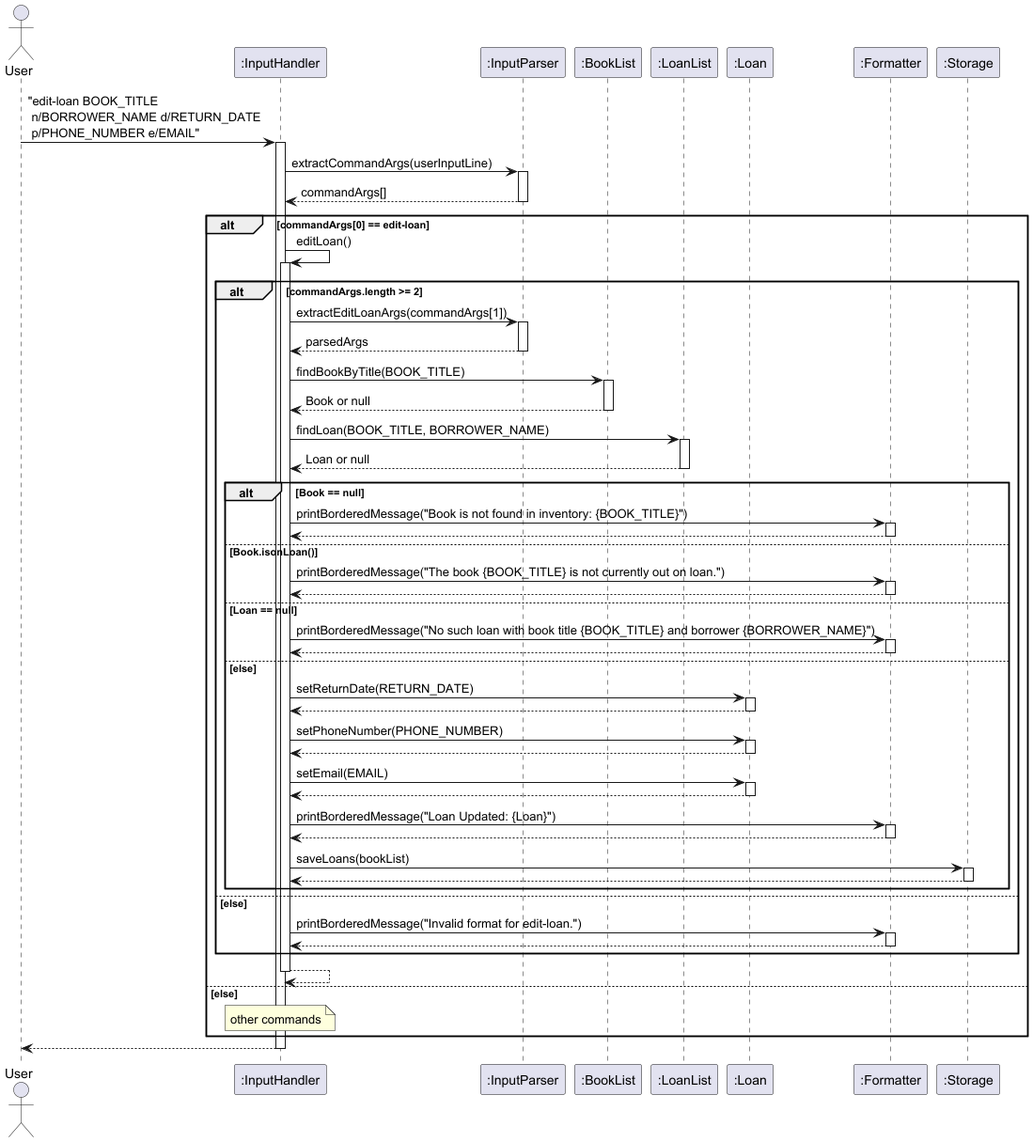
Before: docs/images/editLoan.png, a diagram exported from PlantUML (AY2425S2-CS2113-T12-2/tp). The source it was exported from:
```plantuml
@startuml
actor User
participant InputHandler as ":InputHandler"
participant InputParser as ":InputParser"
participant BookList as ":BookList"
participant LoanList as ":LoanList"
participant Loan as ":Loan"
participant Formatter as ":Formatter"
participant Storage as ":Storage"

User -> InputHandler: "edit-loan BOOK_TITLE \n n/BORROWER_NAME d/RETURN_DATE \n p/PHONE_NUMBER e/EMAIL"
activate InputHandler

InputHandler -> InputParser: extractCommandArgs(userInputLine)
activate InputParser

InputParser --> InputHandler: commandArgs[]
deactivate InputParser

alt commandArgs[0] == edit-loan
    InputHandler -> InputHandler : editLoan()
    activate InputHandler

alt commandArgs.length >= 2
    InputHandler -> InputParser: extractEditLoanArgs(commandArgs[1])
    activate InputParser

    InputParser --> InputHandler: parsedArgs
    deactivate InputParser

    InputHandler -> BookList: findBookByTitle(BOOK_TITLE)
    activate BookList

    BookList --> InputHandler: Book or null
    deactivate BookList

    InputHandler -> LoanList: findLoan(BOOK_TITLE, BORROWER_NAME)
    activate LoanList

    LoanList --> InputHandler: Loan or null
    deactivate LoanList

    alt Book == null
        InputHandler -> Formatter: printBorderedMessage("Book is not found in inventory: {BOOK_TITLE}")
        activate Formatter
        Formatter --> InputHandler
        deactivate Formatter

    else Book.isonLoan()
        InputHandler -> Formatter: printBorderedMessage("The book {BOOK_TITLE} is not currently out on loan.")
        activate Formatter
        Formatter --> InputHandler
        deactivate Formatter

    else Loan == null
        InputHandler -> Formatter: printBorderedMessage("No such loan with book title {BOOK_TITLE} and borrower {BORROWER_NAME}")
        activate Formatter
        Formatter --> InputHandler
        deactivate Formatter

    else else
        InputHandler -> Loan : setReturnDate(RETURN_DATE)
        activate Loan
        Loan --> InputHandler
        deactivate Loan

        InputHandler -> Loan : setPhoneNumber(PHONE_NUMBER)
        activate Loan
        Loan --> InputHandler
        deactivate Loan

        InputHandler -> Loan : setEmail(EMAIL)
        activate Loan
        Loan --> InputHandler
        deactivate Loan

        InputHandler -> Formatter: printBorderedMessage("Loan Updated: {Loan}")
        activate Formatter
        Formatter --> InputHandler
        deactivate Formatter

        InputHandler -> Storage: saveLoans(bookList)
        activate Storage
        Storage --> InputHandler
        deactivate Storage

    end

    else else
        InputHandler -> Formatter: printBorderedMessage("Invalid format for edit-loan.")
        activate Formatter
        Formatter --> InputHandler
        deactivate Formatter
    end

InputHandler --> InputHandler
deactivate InputHandler

else else
    note over InputHandler : other commands
end


InputHandler --> User
deactivate InputHandler
@enduml
```
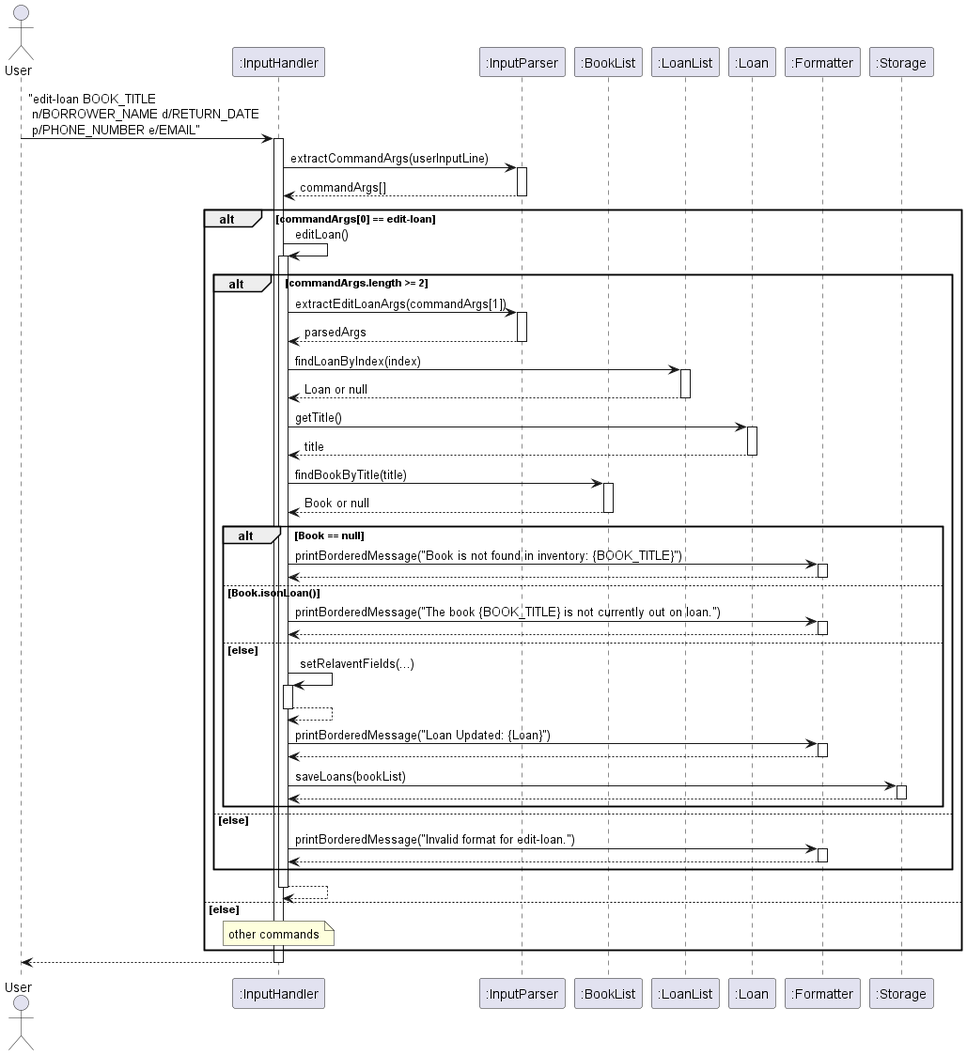
Later version of the same file.

What changed in the source:
```diff
@@ -21,70 +21,60 @@
     InputHandler -> InputHandler : editLoan()
     activate InputHandler
 
-alt commandArgs.length >= 2
-    InputHandler -> InputParser: extractEditLoanArgs(commandArgs[1])
-    activate InputParser
+    alt commandArgs.length >= 2
+        InputHandler -> InputParser: extractEditLoanArgs(commandArgs[1])
+        activate InputParser
 
-    InputParser --> InputHandler: parsedArgs
-    deactivate InputParser
+        InputParser --> InputHandler: parsedArgs
+        deactivate InputParser
 
-    InputHandler -> BookList: findBookByTitle(BOOK_TITLE)
-    activate BookList
+        InputHandler -> LoanList: findLoanByIndex(index)
+        activate LoanList
 
-    BookList --> InputHandler: Book or null
-    deactivate BookList
+        LoanList --> InputHandler: Loan or null
+        deactivate LoanList
 
-    InputHandler -> LoanList: findLoan(BOOK_TITLE, BORROWER_NAME)
-    activate LoanList
+        InputHandler -> Loan: getTitle()
+        activate Loan
 
-    LoanList --> InputHandler: Loan or null
-    deactivate LoanList
-
-    alt Book == null
-        InputHandler -> Formatter: printBorderedMessage("Book is not found in inventory: {BOOK_TITLE}")
-        activate Formatter
-        Formatter --> InputHandler
-        deactivate Formatter
-
-    else Book.isonLoan()
-        InputHandler -> Formatter: printBorderedMessage("The book {BOOK_TITLE} is not currently out on loan.")
-        activate Formatter
-        Formatter --> InputHandler
-        deactivate Formatter
-
-    else Loan == null
-        InputHandler -> Formatter: printBorderedMessage("No such loan with book title {BOOK_TITLE} and borrower {BORROWER_NAME}")
-        activate Formatter
-        Formatter --> InputHandler
-        deactivate Formatter
-
-    else else
-        InputHandler -> Loan : setReturnDate(RETURN_DATE)
-        activate Loan
-        Loan --> InputHandler
+        Loan --> InputHandler: title
         deactivate Loan
 
-        InputHandler -> Loan : setPhoneNumber(PHONE_NUMBER)
-        activate Loan
-        Loan --> InputHandler
-        deactivate Loan
+        InputHandler -> BookList: findBookByTitle(title)
+        activate BookList
 
-        InputHandler -> Loan : setEmail(EMAIL)
-        activate Loan
-        Loan --> InputHandler
-        deactivate Loan
+        BookList --> InputHandler: Book or null
+        deactivate BookList
 
-        InputHandler -> Formatter: printBorderedMessage("Loan Updated: {Loan}")
-        activate Formatter
-        Formatter --> InputHandler
-        deactivate Formatter
+        alt Book == null
+            InputHandler -> Formatter: printBorderedMessage("Book is not found in inventory: {BOOK_TITLE}")
+            activate Formatter
+            Formatter --> InputHandler
+            deactivate Formatter
 
-        InputHandler -> Storage: saveLoans(bookList)
-        activate Storage
-        Storage --> InputHandler
-        deactivate Storage
+        else Book.isonLoan()
+            InputHandler -> Formatter: printBorderedMessage("The book {BOOK_TITLE} is not currently out on loan.")
+            activate Formatter
+            Formatter --> InputHandler
+            deactivate Formatter
 
-    end
+        else else
+            InputHandler -> InputHandler : setRelaventFields(...)
+            activate InputHandler
+            InputHandler --> InputHandler
+            deactivate InputHandler
+
+            InputHandler -> Formatter: printBorderedMessage("Loan Updated: {Loan}")
+            activate Formatter
+            Formatter --> InputHandler
+            deactivate Formatter
+
+            InputHandler -> Storage: saveLoans(bookList)
+            activate Storage
+            Storage --> InputHandler
+            deactivate Storage
+
+        end
 
     else else
         InputHandler -> Formatter: printBorderedMessage("Invalid format for edit-loan.")
```
